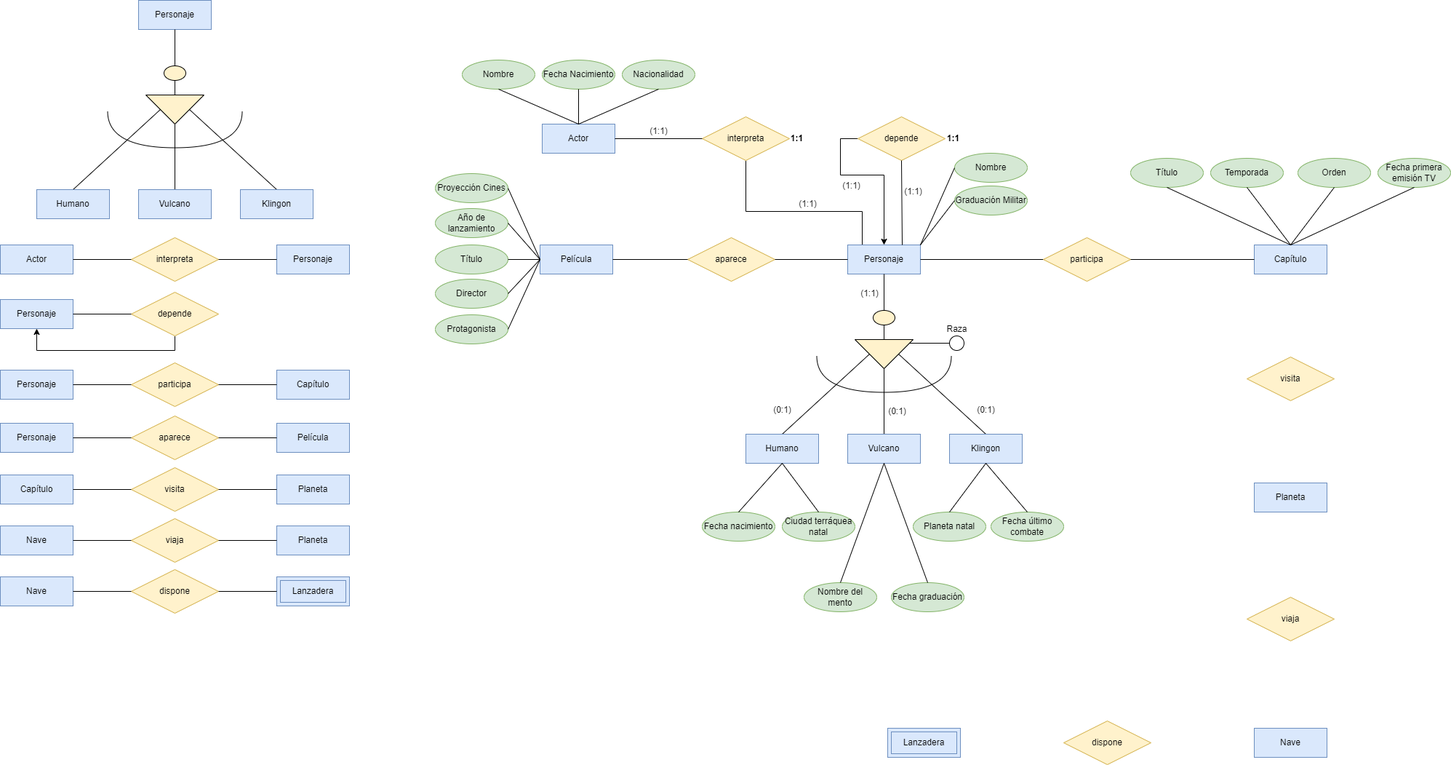
The draw.io diagram Unidad-1/Tareas/Tarea_Entregable-3/Diagrama Tarea Entregable 3.drawio.png in RafaelMayor/base-datos, before a commit. Source tidied: cells renumbered, new cells last; positions are measured from the earlier drawing's top-left corner, leaving out a move shared by most shapes.
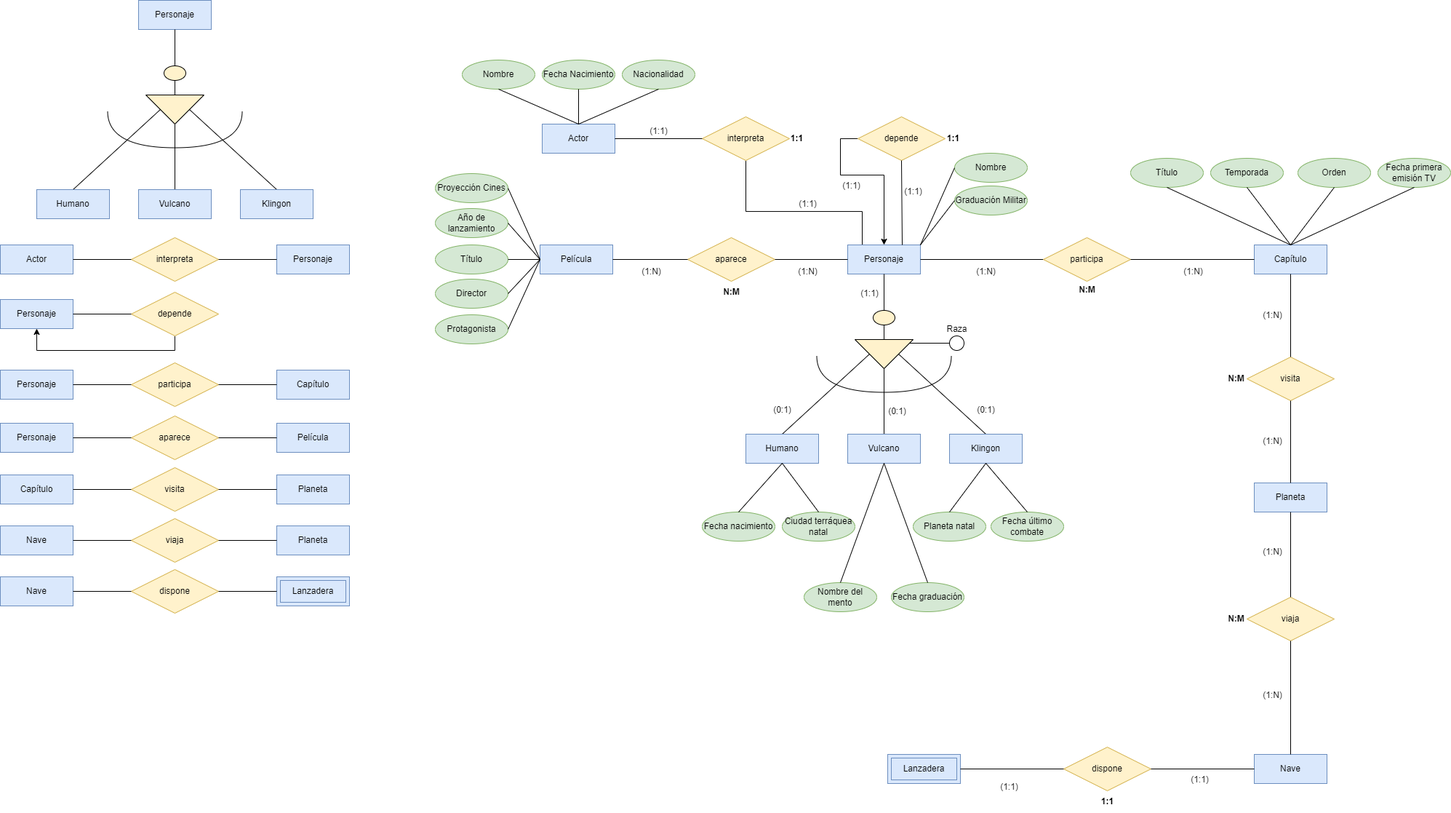
Above is the later version.

Change to the diagram source:
```diff
@@ -406,13 +406,76 @@
       <mxGeometry x="1714" y="820" width="120" height="60" as="geometry" />
     </mxCell>
     <mxCell id="131" value="Nave" style="whiteSpace=wrap;html=1;align=center;fillColor=#dae8fc;strokeColor=#6c8ebf;" parent="1" vertex="1">
-      <mxGeometry x="1724" y="1000" width="100" height="40" as="geometry" />
+      <mxGeometry x="1724" y="1036" width="100" height="40" as="geometry" />
     </mxCell>
     <mxCell id="132" value="dispone" style="shape=rhombus;perimeter=rhombusPerimeter;whiteSpace=wrap;html=1;align=center;fillColor=#fff2cc;strokeColor=#d6b656;" parent="1" vertex="1">
-      <mxGeometry x="1462" y="990" width="120" height="60" as="geometry" />
+      <mxGeometry x="1462" y="1026" width="120" height="60" as="geometry" />
     </mxCell>
     <mxCell id="133" value="Lanzadera" style="shape=ext;margin=3;double=1;whiteSpace=wrap;html=1;align=center;fillColor=#dae8fc;strokeColor=#6c8ebf;" parent="1" vertex="1">
-      <mxGeometry x="1220" y="1000" width="100" height="40" as="geometry" />
+      <mxGeometry x="1220" y="1036" width="100" height="40" as="geometry" />
     </mxCell>
+    <mxCell id="134" style="endArrow=none;html=1;rounded=0;entryX=0.5;entryY=1;entryDx=0;entryDy=0;exitX=0.5;exitY=0;exitDx=0;exitDy=0;" parent="1" edge="1" source="128" target="104">
+      <mxGeometry relative="1" as="geometry" />
+    </mxCell>
+    <mxCell id="135" style="endArrow=none;html=1;rounded=0;entryX=0;entryY=0.5;entryDx=0;entryDy=0;exitX=1;exitY=0.5;exitDx=0;exitDy=0;" parent="1" edge="1" source="133" target="132">
+      <mxGeometry relative="1" as="geometry" />
+    </mxCell>
+    <mxCell id="136" style="endArrow=none;html=1;rounded=0;entryX=0;entryY=0.5;entryDx=0;entryDy=0;exitX=1;exitY=0.5;exitDx=0;exitDy=0;" parent="1" edge="1" source="132" target="131">
+      <mxGeometry relative="1" as="geometry" />
+    </mxCell>
+    <mxCell id="137" style="endArrow=none;html=1;rounded=0;entryX=0.5;entryY=1;entryDx=0;entryDy=0;exitX=0.5;exitY=0;exitDx=0;exitDy=0;" parent="1" edge="1" source="131" target="130">
+      <mxGeometry relative="1" as="geometry" />
+    </mxCell>
+    <mxCell id="138" style="endArrow=none;html=1;rounded=0;entryX=0.5;entryY=0;entryDx=0;entryDy=0;exitX=0.5;exitY=1;exitDx=0;exitDy=0;" parent="1" edge="1" source="129" target="130">
+      <mxGeometry relative="1" as="geometry" />
+    </mxCell>
+    <mxCell id="139" style="endArrow=none;html=1;rounded=0;entryX=0.5;entryY=1;entryDx=0;entryDy=0;exitX=0.5;exitY=0;exitDx=0;exitDy=0;" parent="1" edge="1" source="129" target="128">
+      <mxGeometry relative="1" as="geometry" />
+    </mxCell>
+    <mxCell id="140" value="(1:N)" style="text;html=1;align=center;verticalAlign=middle;strokeColor=none;fillColor=none;" parent="1" vertex="1">
+      <mxGeometry x="870" y="358" width="50" height="30" as="geometry" />
+    </mxCell>
+    <mxCell id="141" value="(1:N)" style="text;html=1;align=center;verticalAlign=middle;strokeColor=none;fillColor=none;" parent="1" vertex="1">
+      <mxGeometry x="1085" y="358" width="50" height="30" as="geometry" />
+    </mxCell>
+    <mxCell id="142" value="&lt;b&gt;N:M&lt;/b&gt;" style="text;html=1;align=center;verticalAlign=middle;strokeColor=none;fillColor=none;" parent="1" vertex="1">
+      <mxGeometry x="980" y="386" width="50" height="30" as="geometry" />
+    </mxCell>
+    <mxCell id="143" value="(1:N)" style="text;html=1;align=center;verticalAlign=middle;strokeColor=none;fillColor=none;" parent="1" vertex="1">
+      <mxGeometry x="1330" y="358" width="50" height="30" as="geometry" />
+    </mxCell>
+    <mxCell id="144" value="(1:N)" style="text;html=1;align=center;verticalAlign=middle;strokeColor=none;fillColor=none;" parent="1" vertex="1">
+      <mxGeometry x="1615" y="358" width="50" height="30" as="geometry" />
+    </mxCell>
+    <mxCell id="145" value="&lt;b&gt;N:M&lt;/b&gt;" style="text;html=1;align=center;verticalAlign=middle;strokeColor=none;fillColor=none;" parent="1" vertex="1">
+      <mxGeometry x="1469" y="383" width="50" height="30" as="geometry" />
+    </mxCell>
+    <mxCell id="146" value="(1:N)" style="text;html=1;align=center;verticalAlign=middle;strokeColor=none;fillColor=none;" parent="1" vertex="1">
+      <mxGeometry x="1724" y="591" width="50" height="30" as="geometry" />
+    </mxCell>
+    <mxCell id="147" value="(1:N)" style="text;html=1;align=center;verticalAlign=middle;strokeColor=none;fillColor=none;" parent="1" vertex="1">
+      <mxGeometry x="1724" y="418" width="50" height="30" as="geometry" />
+    </mxCell>
+    <mxCell id="148" value="&lt;b&gt;N:M&lt;/b&gt;" style="text;html=1;align=center;verticalAlign=middle;strokeColor=none;fillColor=none;" parent="1" vertex="1">
+      <mxGeometry x="1674" y="505" width="50" height="30" as="geometry" />
+    </mxCell>
+    <mxCell id="149" value="(1:N)" style="text;html=1;align=center;verticalAlign=middle;strokeColor=none;fillColor=none;" parent="1" vertex="1">
+      <mxGeometry x="1724" y="743" width="50" height="30" as="geometry" />
+    </mxCell>
+    <mxCell id="150" value="(1:N)" style="text;html=1;align=center;verticalAlign=middle;strokeColor=none;fillColor=none;" parent="1" vertex="1">
+      <mxGeometry x="1724" y="940" width="50" height="30" as="geometry" />
+    </mxCell>
+    <mxCell id="151" value="&lt;b&gt;N:M&lt;/b&gt;" style="text;html=1;align=center;verticalAlign=middle;strokeColor=none;fillColor=none;" parent="1" vertex="1">
+      <mxGeometry x="1674" y="835" width="50" height="30" as="geometry" />
+    </mxCell>
+    <mxCell id="152" value="(1:1)" style="text;html=1;align=center;verticalAlign=middle;strokeColor=none;fillColor=none;" parent="1" vertex="1">
+      <mxGeometry x="1624" y="1056" width="50" height="30" as="geometry" />
+    </mxCell>
+    <mxCell id="153" value="(1:1)" style="text;html=1;align=center;verticalAlign=middle;strokeColor=none;fillColor=none;" parent="1" vertex="1">
+      <mxGeometry x="1362" y="1066" width="50" height="30" as="geometry" />
+    </mxCell>
+    <mxCell id="154" value="&lt;b&gt;1:1&lt;/b&gt;" style="text;html=1;align=center;verticalAlign=middle;strokeColor=none;fillColor=none;" parent="1" vertex="1">
+      <mxGeometry x="1502" y="1086" width="40" height="30" as="geometry" />
+    </mxCell>
   </root>
 </mxGraphModel>
```
